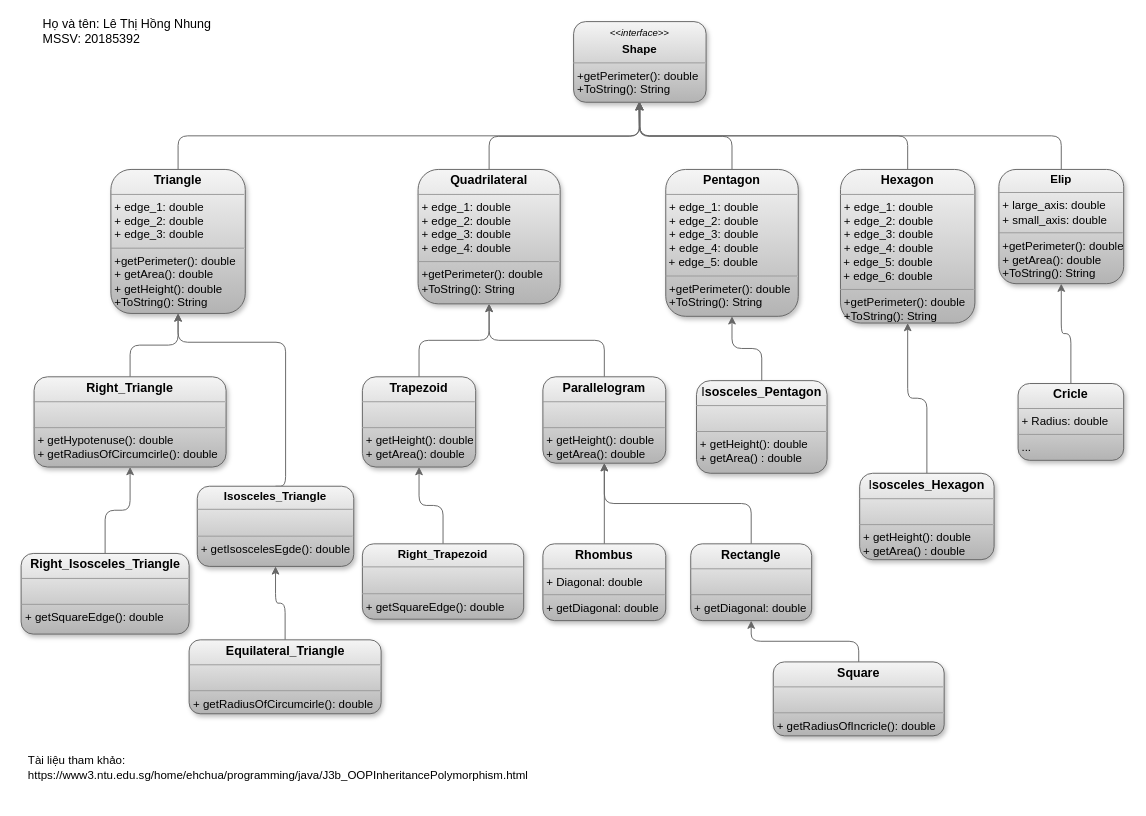
nhungkchy/LTHDoiTuong keeps this draw.io diagram as Untitled Diagram.drawio. Above is the earlier version. Source tidied: cells renumbered, new cells numbered last; positions are measured from the earlier drawing's top-left corner, leaving out a move shared by most shapes. Both pictures are drawn from the tidied source at 96%, with x=0, y=0 at pixel (20, 21).
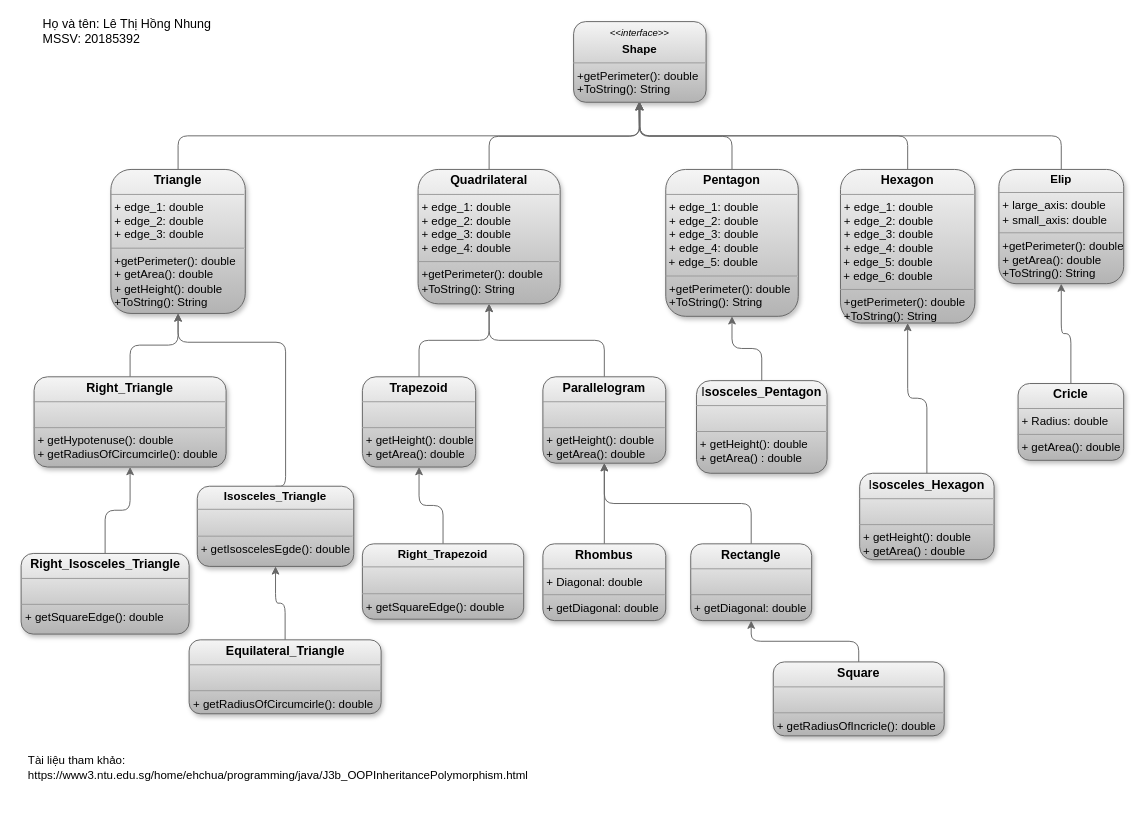
The same page after the edit.

Diff of the diagram source:
```diff
@@
-    <mxCell id="2" value="&lt;p style=&quot;margin: 0px ; margin-top: 4px ; text-align: center&quot;&gt;&lt;b&gt;&lt;font style=&quot;font-size: 13px&quot;&gt;Cricle&lt;/font&gt;&lt;/b&gt;&lt;/p&gt;&lt;hr size=&quot;1&quot;&gt;&lt;p style=&quot;margin: 0px ; margin-left: 4px&quot;&gt;+ Radius: double&lt;/p&gt;&lt;hr size=&quot;1&quot;&gt;&lt;p style=&quot;margin: 0px ; margin-left: 4px&quot;&gt;...&lt;/p&gt;" style="verticalAlign=top;align=left;overflow=fill;fontSize=12;fontFamily=Helvetica;html=1;rounded=1;shadow=1;gradientColor=#b3b3b3;fillColor=#f5f5f5;strokeColor=#666666;" parent="1" vertex="1">
+    <mxCell id="2" value="&lt;p style=&quot;margin: 0px ; margin-top: 4px ; text-align: center&quot;&gt;&lt;b&gt;&lt;font style=&quot;font-size: 13px&quot;&gt;Cricle&lt;/font&gt;&lt;/b&gt;&lt;/p&gt;&lt;hr size=&quot;1&quot;&gt;&lt;p style=&quot;margin: 0px ; margin-left: 4px&quot;&gt;+ Radius: double&lt;/p&gt;&lt;hr size=&quot;1&quot;&gt;&lt;p style=&quot;margin: 0px ; margin-left: 4px&quot;&gt;+ getArea(): double&lt;/p&gt;" style="verticalAlign=top;align=left;overflow=fill;fontSize=12;fontFamily=Helvetica;html=1;rounded=1;shadow=1;gradientColor=#b3b3b3;fillColor=#f5f5f5;strokeColor=#666666;" parent="1" vertex="1">
       <mxGeometry x="1039" y="377" width="110" height="80" as="geometry" />
     </mxCell>
```
